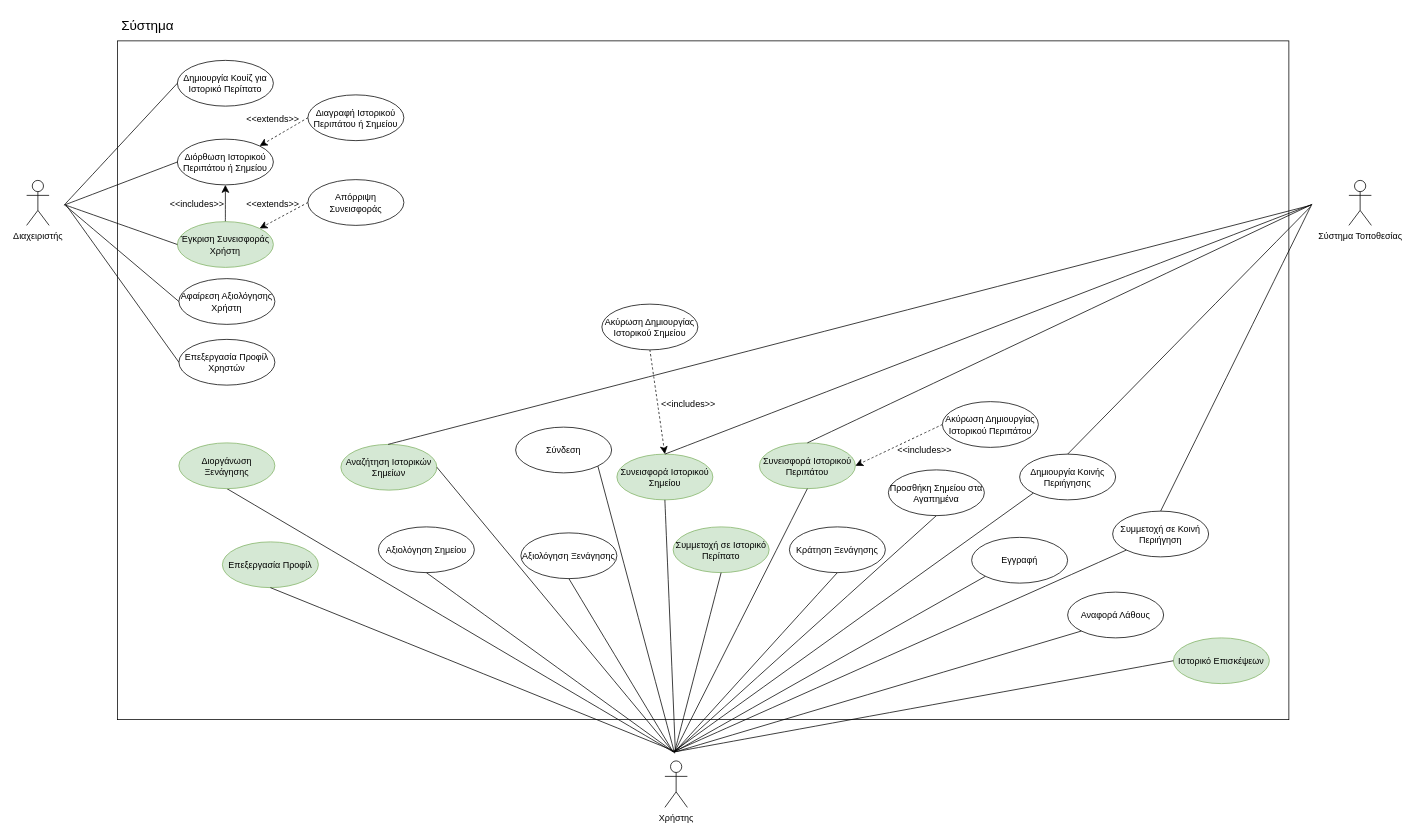
Before: NOTES/Use Case Diagram.drawio in Nektar24/software-engineering, a draw.io diagram. Source tidied: cells renumbered, new cells numbered last; positions are measured from the earlier drawing's top-left corner, leaving out a move shared by most shapes. Both pictures are drawn from the tidied source at 75%, with x=0, y=0 at pixel (26, 13).
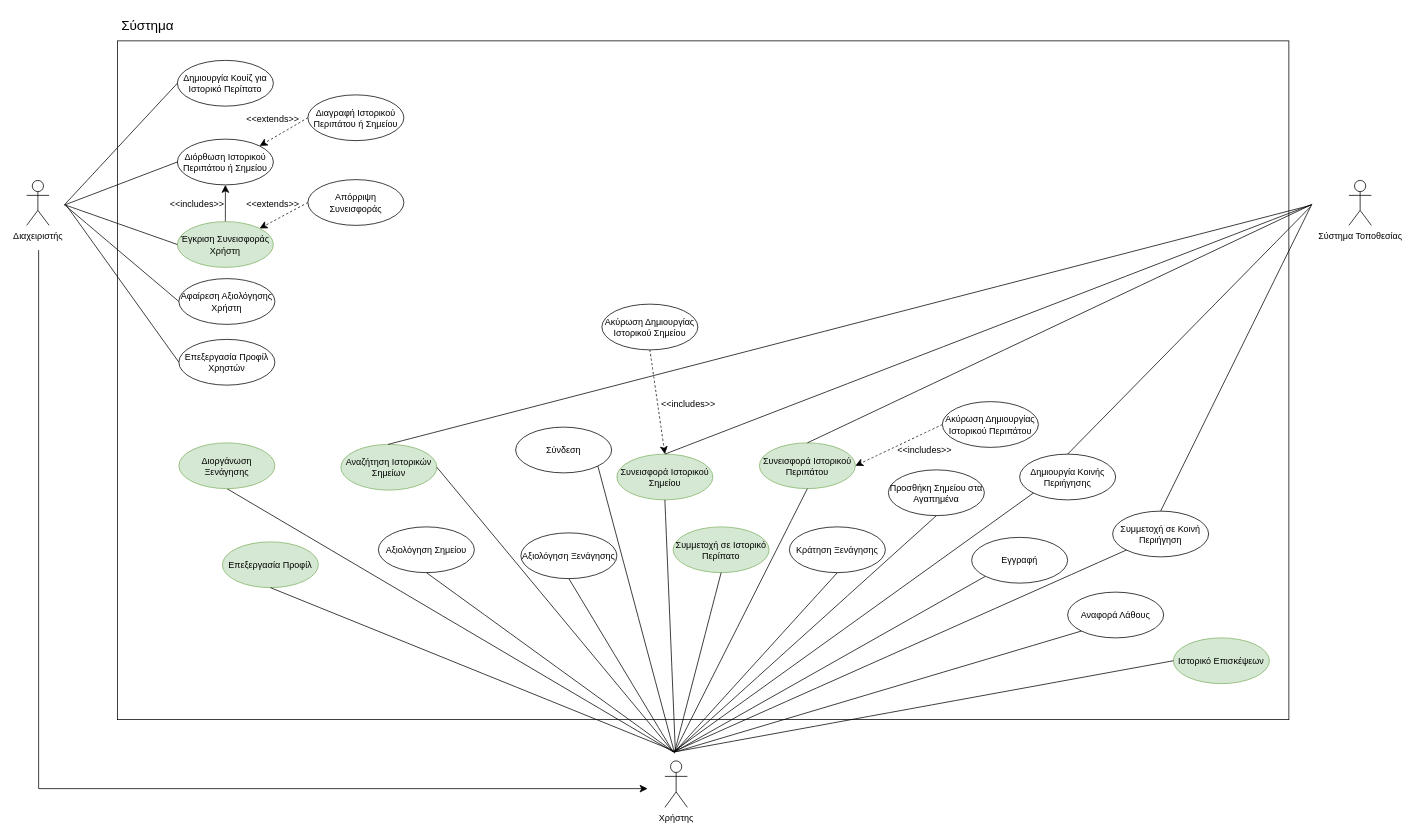
The same diagram, later.

Commit message:
correction in use case diagram

Diff of the diagram source:
```diff
@@
+    <mxCell id="68" style="edgeStyle=segmentEdgeStyle;endArrow=classic;html=1;curved=0;rounded=0;endSize=8;startSize=8;fontSize=12;" parent="1" edge="1">
+      <mxGeometry relative="1" as="geometry">
+        <mxPoint x="16" y="316" as="sourcePoint" />
+        <mxPoint x="828" y="1034" as="targetPoint" />
+        <Array as="points">
+          <mxPoint x="16" y="1034" />
+        </Array>
+      </mxGeometry>
+    </mxCell>
```
